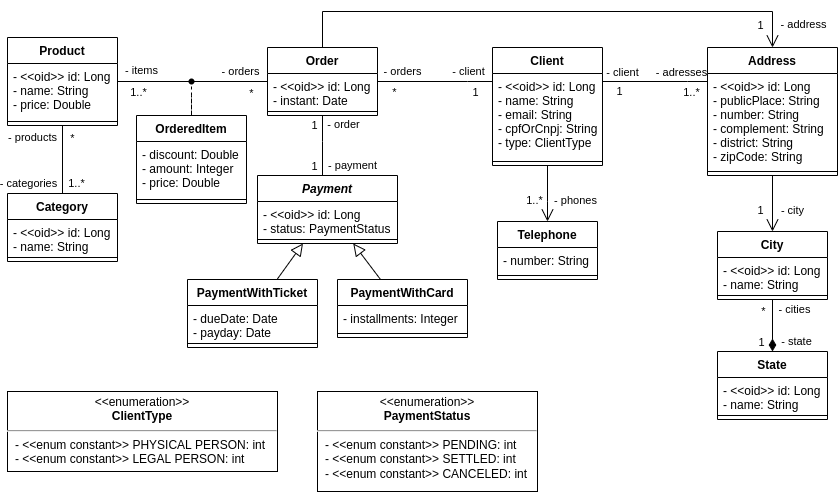
Earlier version of the draw.io export img/data-model.png (matheusgoes23/conceptual-modeling). Source tidied: cells renumbered, new cells last; positions are measured from the earlier drawing's top-left corner, leaving out a move shared by most shapes.
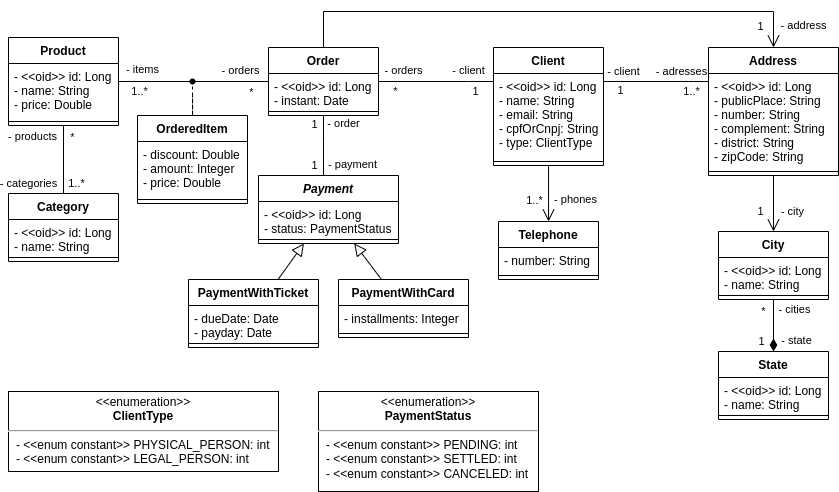
After the change.

Diff of the diagram source:
```diff
@@ -47,7 +47,7 @@
     <mxCell id="12" style="line;strokeWidth=1;fillColor=none;align=left;verticalAlign=middle;spacingTop=-1;spacingLeft=3;spacingRight=3;labelPosition=right;" parent="10" vertex="1">
       <mxGeometry y="80" width="110" height="8" as="geometry" />
     </mxCell>
-    <mxCell id="13" value="&lt;p style=&quot;margin: 4px 0px 0px ; text-align: center ; font-size: 12px&quot;&gt;&lt;font style=&quot;font-size: 12px&quot;&gt;&amp;lt;&amp;lt;enumeration&amp;gt;&amp;gt;&lt;br&gt;&lt;b&gt;ClientType&lt;/b&gt;&lt;/font&gt;&lt;/p&gt;&lt;hr style=&quot;font-size: 12px&quot;&gt;&lt;p style=&quot;margin: 0px 0px 0px 8px ; text-align: left ; font-size: 12px&quot;&gt;&lt;font style=&quot;font-size: 12px&quot;&gt;- &amp;lt;&amp;lt;enum constant&amp;gt;&amp;gt; PHYSICAL PERSON: int&lt;br&gt;&lt;/font&gt;&lt;/p&gt;&lt;p style=&quot;margin: 0px 0px 0px 8px ; text-align: left ; font-size: 12px&quot;&gt;&lt;font style=&quot;font-size: 12px&quot;&gt;- &amp;lt;&amp;lt;enum constant&amp;gt;&amp;gt; LEGAL PERSON: int&lt;/font&gt;&lt;/p&gt;" style="shape=rect;html=1;overflow=fill;whiteSpace=wrap;fontSize=32;" parent="1" vertex="1">
+    <mxCell id="13" value="&lt;p style=&quot;margin: 4px 0px 0px ; text-align: center ; font-size: 12px&quot;&gt;&lt;font style=&quot;font-size: 12px&quot;&gt;&amp;lt;&amp;lt;enumeration&amp;gt;&amp;gt;&lt;br&gt;&lt;b&gt;ClientType&lt;/b&gt;&lt;/font&gt;&lt;/p&gt;&lt;hr style=&quot;font-size: 12px&quot;&gt;&lt;p style=&quot;margin: 0px 0px 0px 8px ; text-align: left ; font-size: 12px&quot;&gt;&lt;font style=&quot;font-size: 12px&quot;&gt;- &amp;lt;&amp;lt;enum constant&amp;gt;&amp;gt; PHYSICAL_PERSON: int&lt;br&gt;&lt;/font&gt;&lt;/p&gt;&lt;p style=&quot;margin: 0px 0px 0px 8px ; text-align: left ; font-size: 12px&quot;&gt;&lt;font style=&quot;font-size: 12px&quot;&gt;- &amp;lt;&amp;lt;enum constant&amp;gt;&amp;gt; LEGAL_PERSON: int&lt;/font&gt;&lt;/p&gt;" style="shape=rect;html=1;overflow=fill;whiteSpace=wrap;fontSize=32;" parent="1" vertex="1">
       <mxGeometry y="380" width="270" height="80" as="geometry" />
     </mxCell>
     <mxCell id="14" value="Category" style="swimlane;fontStyle=1;align=center;verticalAlign=top;horizontal=1;startSize=26;" parent="1" vertex="1">
```
